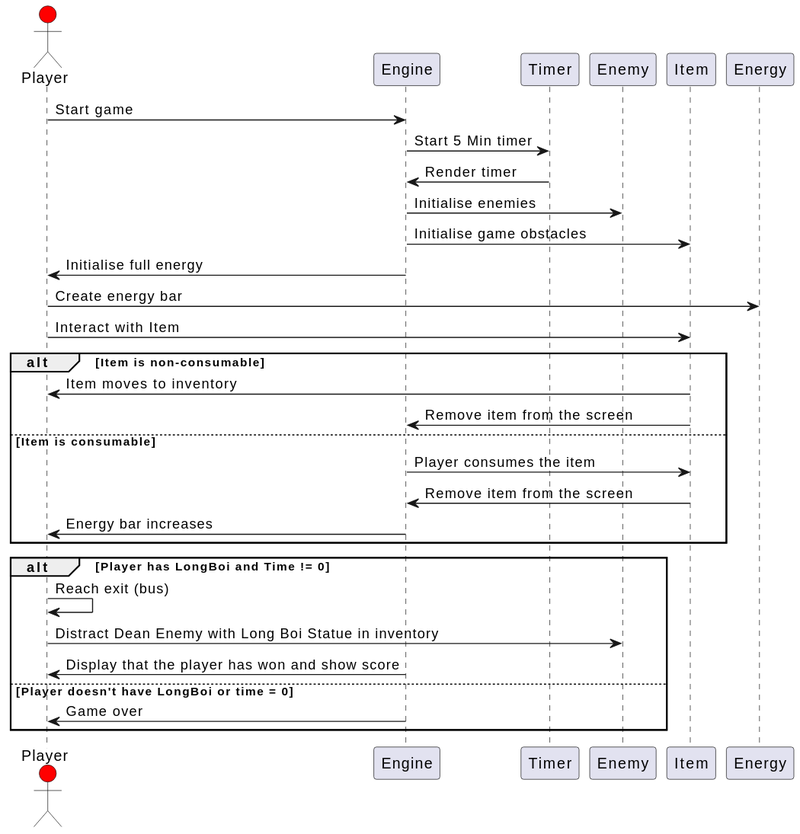
Above: Architecture/behaviouralMain.svg in WHALES-ENG1/WHALES-Assets (PlantUML), before the change.
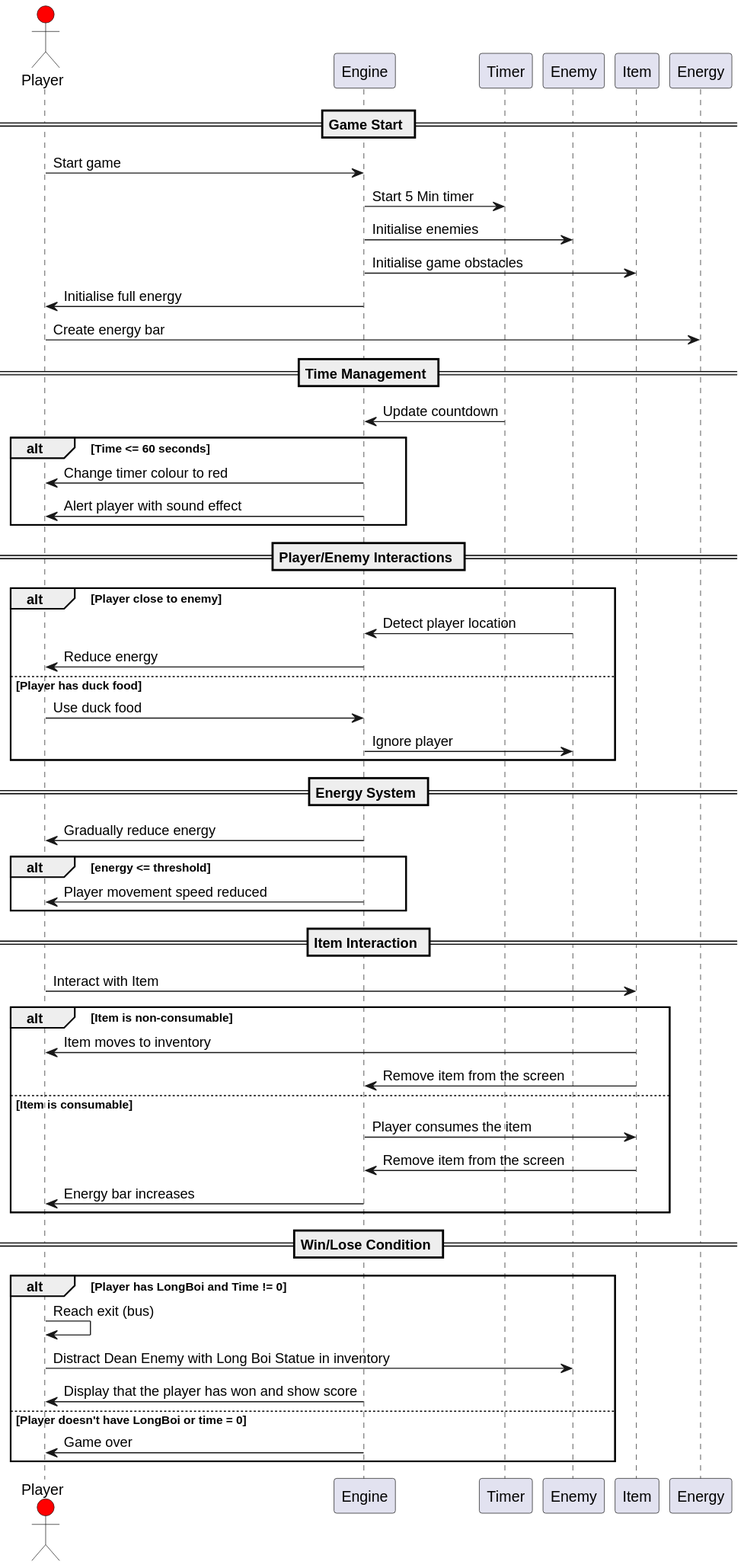
Above is the later version.

What changed in the source:
```diff
@@ -1,19 +1,53 @@
 @startuml
 
 actor Player #Red
+participant Engine
+participant Timer
+participant Enemy
+participant Item
+participant Energy
 
+
+== Game Start ==
 
 Player -> Engine: Start game
 Engine -> Timer: Start 5 Min timer
-Timer -> Engine: Render timer
-
-
-
 Engine -> Enemy: Initialise enemies
 Engine -> Item: Initialise game obstacles
 Engine -> Player: Initialise full energy
 Player -> Energy: Create energy bar
 
+
+== Time Management ==
+
+Timer -> Engine: Update countdown
+alt Time <= 60 seconds
+    Engine -> Player: Change timer colour to red
+    Engine -> Player: Alert player with sound effect
+end
+
+
+== Player/Enemy Interactions ==
+
+alt Player close to enemy
+    Enemy -> Engine: Detect player location
+    Engine -> Player: Reduce energy
+else Player has duck food
+    Player -> Engine: Use duck food
+    Engine -> Enemy: Ignore player
+end
+
+
+== Energy System ==
+
+Engine -> Player: Gradually reduce energy
+
+alt energy <= threshold
+    Engine -> Player: Player movement speed reduced
+end
+
+
+== Item Interaction ==
 
 Player -> Item: Interact with Item
 alt Item is non-consumable
@@ -26,6 +60,8 @@
 end
 
 
+== Win/Lose Condition ==
+
 alt Player has LongBoi and Time != 0
     Player -> Player: Reach exit (bus)
     Player -> Enemy: Distract Dean Enemy with Long Boi Statue in inventory
```
